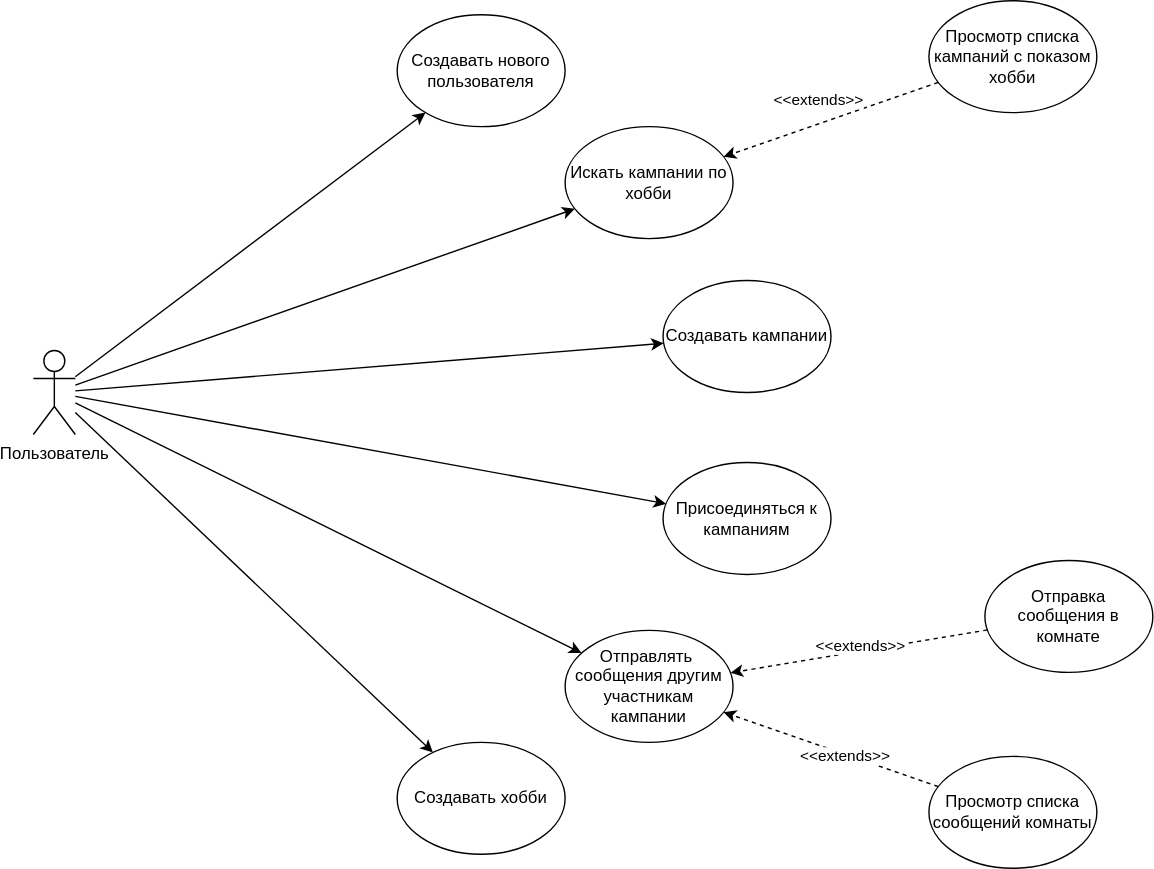
The draw.io diagram src/docs/Use_Case_Diagram.svg in arngrey/EventApp, before a commit. Source tidied: cells renumbered, new cells last; positions are measured from the earlier drawing's top-left corner, leaving out a move shared by most shapes.
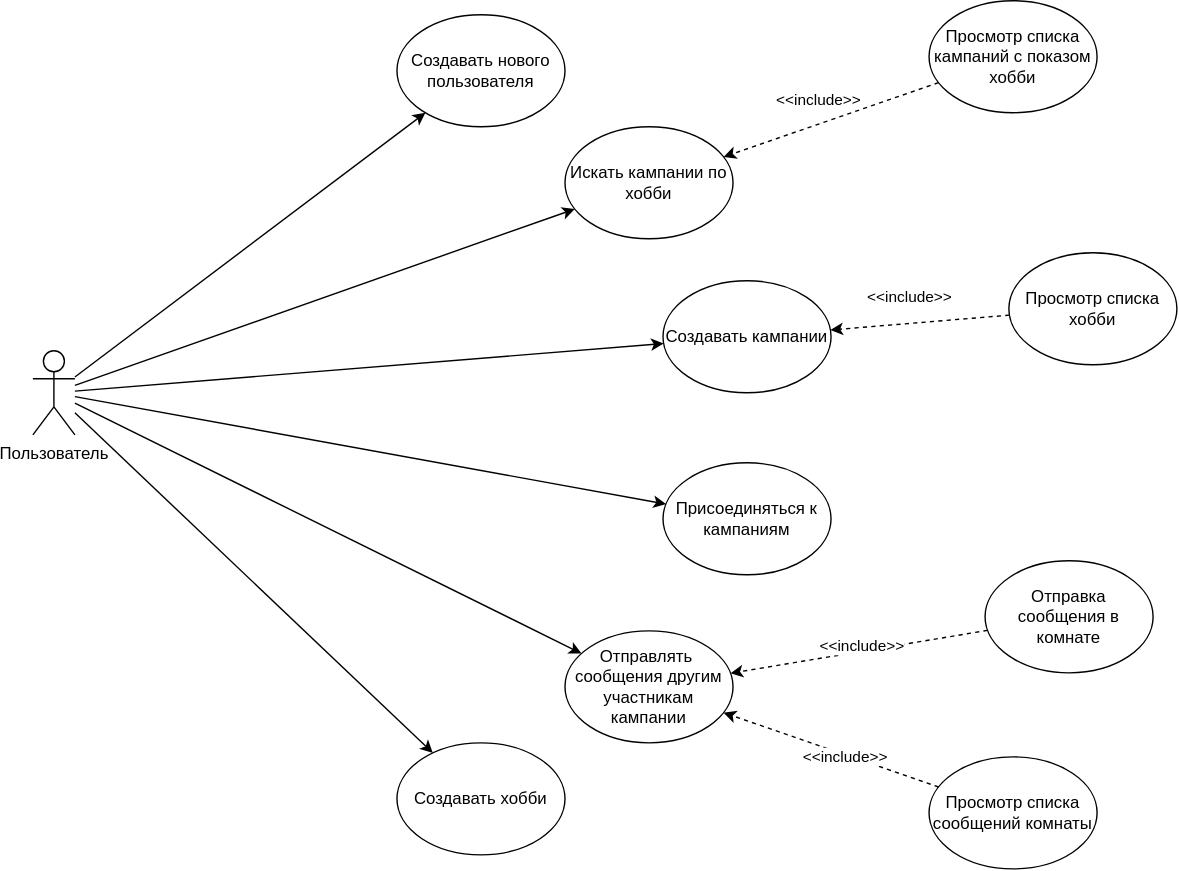
Later version of the same file.

What changed in the source:
```diff
@@ -35,7 +35,7 @@
     <mxCell id="12" style="html=1;labelBackgroundColor=#ffffff;startArrow=none;startFill=0;startSize=6;endArrow=classic;endFill=1;endSize=6;jettySize=auto;strokeWidth=1;dashed=1;fontSize=14;" parent="1" edge="1" source="11" target="3">
       <mxGeometry relative="1" as="geometry" />
     </mxCell>
-    <mxCell id="13" value="&amp;lt;&amp;lt;extends&amp;gt;&amp;gt;" style="edgeLabel;html=1;align=center;verticalAlign=middle;" parent="12" vertex="1">
+    <mxCell id="13" value="&amp;lt;&amp;lt;include&amp;gt;&amp;gt;" style="edgeLabel;html=1;align=center;verticalAlign=middle;" parent="12" vertex="1">
       <mxGeometry x="0.2" y="1" relative="1" as="geometry">
         <mxPoint x="5" y="-21" as="offset" />
       </mxGeometry>
@@ -49,7 +49,7 @@
     <mxCell id="16" style="html=1;labelBackgroundColor=#ffffff;startArrow=none;startFill=0;startSize=6;endArrow=classic;endFill=1;endSize=6;jettySize=auto;strokeWidth=1;dashed=1;fontSize=14;" parent="1" edge="1" source="15" target="6">
       <mxGeometry relative="1" as="geometry" />
     </mxCell>
-    <mxCell id="17" value="&amp;lt;&amp;lt;extends&amp;gt;&amp;gt;" style="edgeLabel;html=1;align=center;verticalAlign=middle;" parent="16" vertex="1">
+    <mxCell id="17" value="&amp;lt;&amp;lt;include&amp;gt;&amp;gt;" style="edgeLabel;html=1;align=center;verticalAlign=middle;" parent="16" vertex="1">
       <mxGeometry x="0.2" y="1" relative="1" as="geometry">
         <mxPoint x="19" y="-9" as="offset" />
       </mxGeometry>
@@ -57,7 +57,7 @@
     <mxCell id="18" style="html=1;labelBackgroundColor=#ffffff;startArrow=none;startFill=0;startSize=6;endArrow=classic;endFill=1;endSize=6;jettySize=auto;strokeWidth=1;dashed=1;fontSize=14;" parent="1" edge="1" source="14" target="6">
       <mxGeometry relative="1" as="geometry" />
     </mxCell>
-    <mxCell id="19" value="&amp;lt;&amp;lt;extends&amp;gt;&amp;gt;" style="edgeLabel;html=1;align=center;verticalAlign=middle;" parent="18" vertex="1">
+    <mxCell id="19" value="&amp;lt;&amp;lt;include&amp;gt;&amp;gt;" style="edgeLabel;html=1;align=center;verticalAlign=middle;" parent="18" vertex="1">
       <mxGeometry x="0.2" y="1" relative="1" as="geometry">
         <mxPoint x="25" y="9" as="offset" />
       </mxGeometry>
@@ -74,5 +74,16 @@
     <mxCell id="23" style="endArrow=classic;html=1;" parent="1" edge="1" source="2" target="20">
       <mxGeometry relative="1" as="geometry" />
     </mxCell>
+    <mxCell id="24" value="Просмотр списка хобби" style="ellipse;whiteSpace=wrap;html=1;" parent="1" vertex="1">
+      <mxGeometry x="697" y="180" width="120" height="80" as="geometry" />
+    </mxCell>
+    <mxCell id="25" style="html=1;labelBackgroundColor=#ffffff;startArrow=none;startFill=0;startSize=6;endArrow=classic;endFill=1;endSize=6;jettySize=auto;strokeWidth=1;dashed=1;fontSize=14;" parent="1" edge="1" source="24" target="4">
+      <mxGeometry relative="1" as="geometry" />
+    </mxCell>
+    <mxCell id="26" value="&amp;lt;&amp;lt;include&amp;gt;&amp;gt;" style="edgeLabel;html=1;align=center;verticalAlign=middle;" parent="25" vertex="1">
+      <mxGeometry x="0.2" y="1" relative="1" as="geometry">
+        <mxPoint x="5" y="-21" as="offset" />
+      </mxGeometry>
+    </mxCell>
   </root>
 </mxGraphModel>
```
